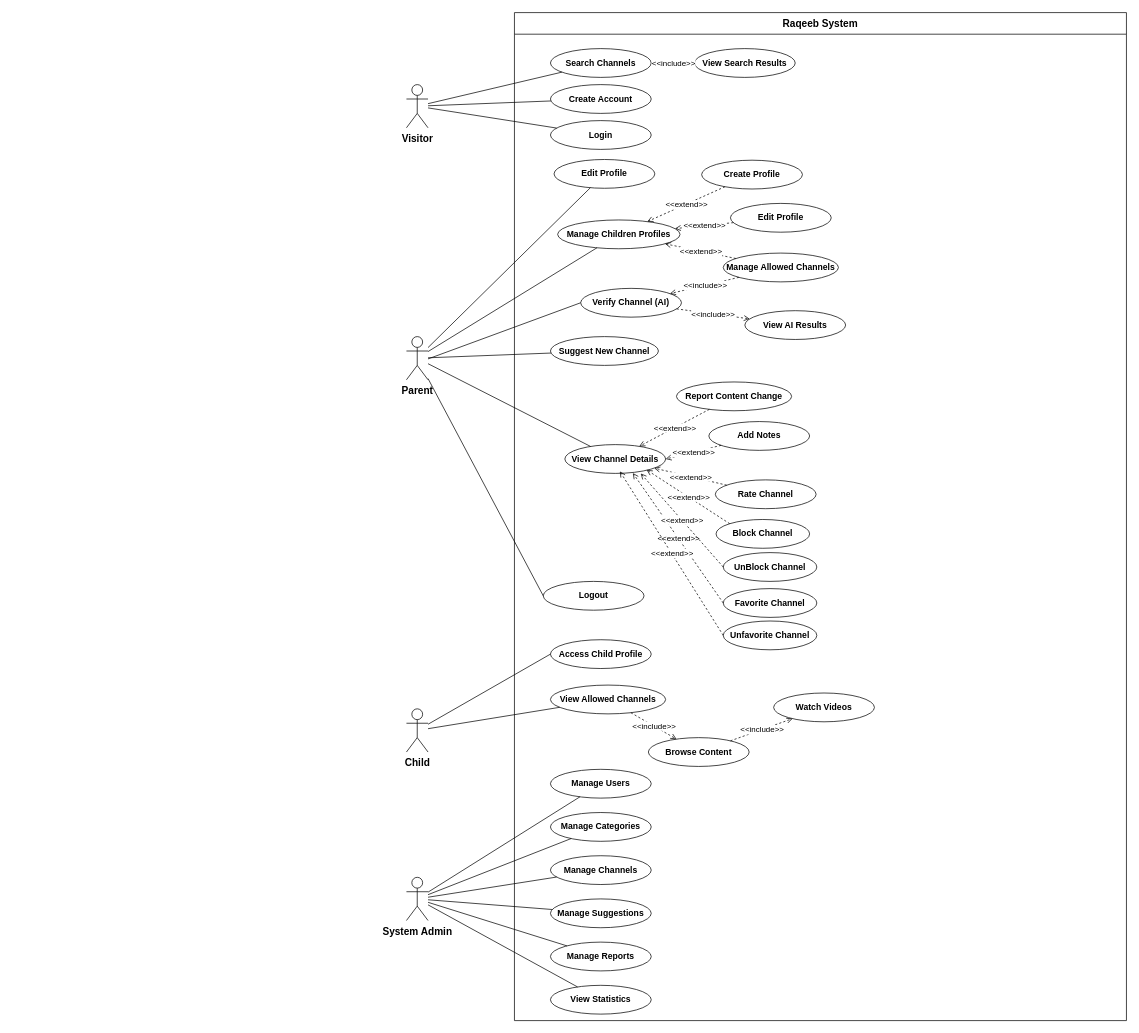
Above: Raqeeb_New_UseCase.drawio in MahmoudHamdy19/diagrams- (draw.io), before the change. Source tidied: cells renumbered, new cells numbered last; positions are measured from the earlier drawing's top-left corner, leaving out a move shared by most shapes. Both pictures are drawn from the tidied source at 72%, with x=0, y=0 at pixel (406, 12).
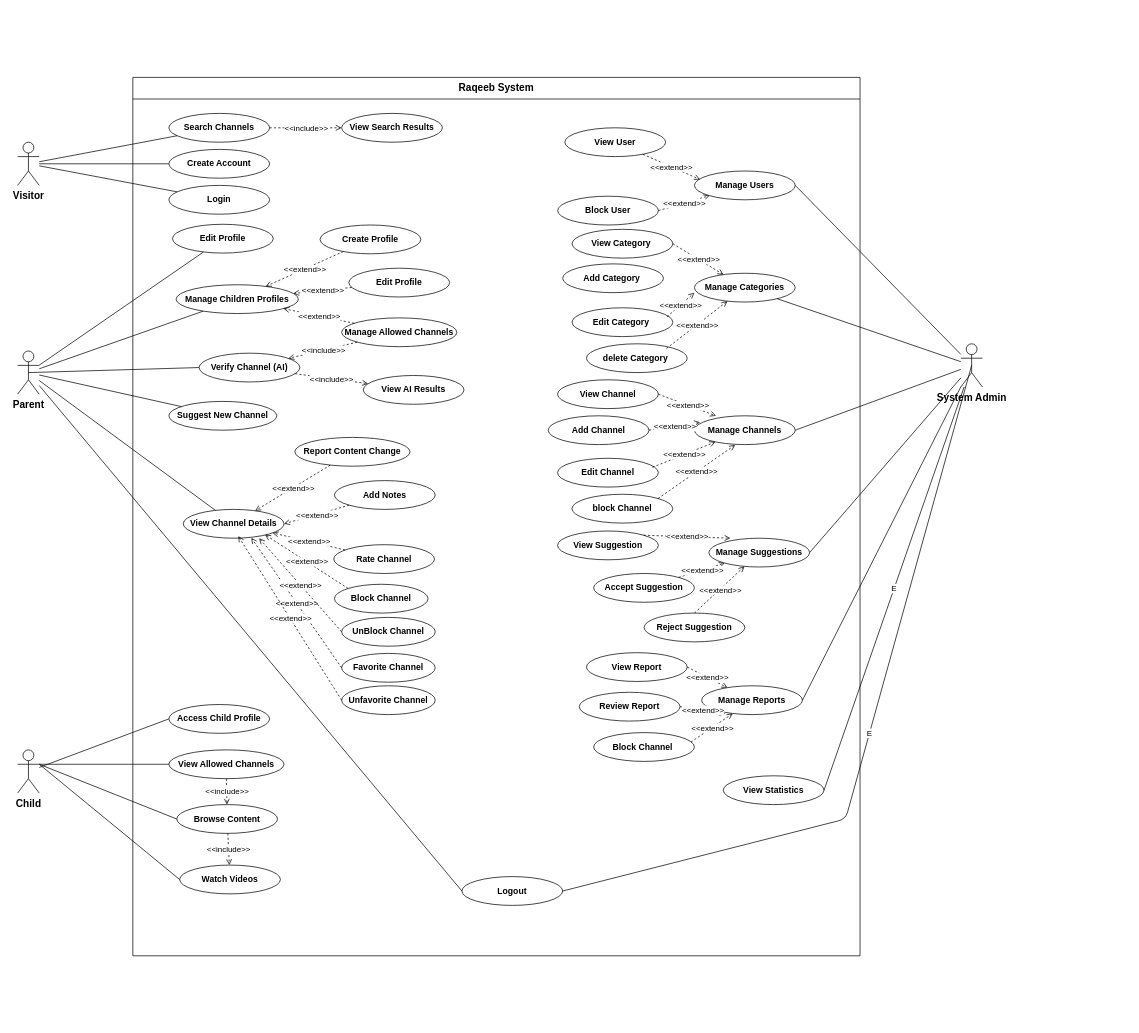
Above is the later version.

The change refers to these unchanged cells:
```xml
<mxCell id="13" value="Verify Channel (AI)" style="ellipse;whiteSpace=wrap;html=1;fontSize=12;fontStyle=1;" parent="2" vertex="1">
  <mxGeometry x="92" y="383" width="140" height="40" as="geometry" />
</mxCell>
<mxCell id="23" value="View Allowed Channels" style="ellipse;whiteSpace=wrap;html=1;fontSize=12;fontStyle=1;" parent="2" vertex="1">
  <mxGeometry x="50" y="934" width="160" height="40" as="geometry" />
</mxCell>
```

Change to the diagram source:
```diff
@@
     <mxCell id="2" value="Raqeeb System" style="swimlane;whiteSpace=wrap;html=1;startSize=30;labelBackgroundColor=none;fontSize=14;fontStyle=1;" parent="1" vertex="1">
-      <mxGeometry x="150" width="850" height="1400" as="geometry" />
+      <mxGeometry x="-380" y="90" width="1010" height="1220" as="geometry" />
     </mxCell>
@@
     <mxCell id="4" value="View Search Results" style="ellipse;whiteSpace=wrap;html=1;fontSize=12;fontStyle=1;" parent="2" vertex="1">
-      <mxGeometry x="250" y="50" width="140" height="40" as="geometry" />
+      <mxGeometry x="290" y="50" width="140" height="40" as="geometry" />
     </mxCell>
@@
     <mxCell id="7" value="Logout" style="ellipse;whiteSpace=wrap;html=1;fontSize=12;fontStyle=1;" parent="2" vertex="1">
-      <mxGeometry x="40" y="790" width="140" height="40" as="geometry" />
+      <mxGeometry x="457" y="1110" width="140" height="40" as="geometry" />
     </mxCell>
@@
     <mxCell id="17" value="Report Content Change" style="ellipse;whiteSpace=wrap;html=1;fontSize=12;fontStyle=1;" parent="2" vertex="1">
-      <mxGeometry x="225" y="513" width="160" height="40" as="geometry" />
+      <mxGeometry x="225" y="500" width="160" height="40" as="geometry" />
     </mxCell>
@@
     <mxCell id="19" value="Add Notes" style="ellipse;whiteSpace=wrap;html=1;fontSize=12;fontStyle=1;" parent="2" vertex="1">
-      <mxGeometry x="270" y="568" width="140" height="40" as="geometry" />
+      <mxGeometry x="280" y="560" width="140" height="40" as="geometry" />
     </mxCell>
@@
     <mxCell id="24" value="Browse Content" style="ellipse;whiteSpace=wrap;html=1;fontSize=12;fontStyle=1;" parent="2" vertex="1">
-      <mxGeometry x="186" y="1007" width="140" height="40" as="geometry" />
+      <mxGeometry x="61" y="1010" width="140" height="40" as="geometry" />
     </mxCell>
     <mxCell id="25" value="Watch Videos" style="ellipse;whiteSpace=wrap;html=1;fontSize=12;fontStyle=1;" parent="2" vertex="1">
-      <mxGeometry x="360" y="945" width="140" height="40" as="geometry" />
+      <mxGeometry x="65" y="1094" width="140" height="40" as="geometry" />
     </mxCell>
-    <mxCell id="26" value="Manage Users" style="ellipse;whiteSpace=wrap;html=1;fontSize=12;fontStyle=1;" parent="2" vertex="1">
-      <mxGeometry x="50" y="1051" width="140" height="40" as="geometry" />
-    </mxCell>
-    <mxCell id="27" value="Manage Categories" style="ellipse;whiteSpace=wrap;html=1;fontSize=12;fontStyle=1;" parent="2" vertex="1">
-      <mxGeometry x="50" y="1111" width="140" height="40" as="geometry" />
-    </mxCell>
-    <mxCell id="28" value="Manage Channels" style="ellipse;whiteSpace=wrap;html=1;fontSize=12;fontStyle=1;" parent="2" vertex="1">
-      <mxGeometry x="50" y="1171" width="140" height="40" as="geometry" />
-    </mxCell>
-    <mxCell id="29" value="Manage Suggestions" style="ellipse;whiteSpace=wrap;html=1;fontSize=12;fontStyle=1;" parent="2" vertex="1">
-      <mxGeometry x="50" y="1231" width="140" height="40" as="geometry" />
-    </mxCell>
-    <mxCell id="30" value="Manage Reports" style="ellipse;whiteSpace=wrap;html=1;fontSize=12;fontStyle=1;" parent="2" vertex="1">
-      <mxGeometry x="50" y="1291" width="140" height="40" as="geometry" />
-    </mxCell>
-    <mxCell id="31" value="View Statistics" style="ellipse;whiteSpace=wrap;html=1;fontSize=12;fontStyle=1;" parent="2" vertex="1">
-      <mxGeometry x="50" y="1351" width="140" height="40" as="geometry" />
-    </mxCell>
@@
+    <mxCell id="26" value="Manage Users" style="ellipse;whiteSpace=wrap;html=1;fontSize=12;fontStyle=1;" parent="2" vertex="1">
+      <mxGeometry x="780" y="130" width="140" height="40" as="geometry" />
+    </mxCell>
+    <mxCell id="27" value="Manage Categories" style="ellipse;whiteSpace=wrap;html=1;fontSize=12;fontStyle=1;" parent="2" vertex="1">
+      <mxGeometry x="780" y="272" width="140" height="40" as="geometry" />
+    </mxCell>
+    <mxCell id="28" value="Manage Channels" style="ellipse;whiteSpace=wrap;html=1;fontSize=12;fontStyle=1;" parent="2" vertex="1">
+      <mxGeometry x="780" y="470" width="140" height="40" as="geometry" />
+    </mxCell>
+    <mxCell id="29" value="Manage Suggestions" style="ellipse;whiteSpace=wrap;html=1;fontSize=12;fontStyle=1;" parent="2" vertex="1">
+      <mxGeometry x="800" y="640" width="140" height="40" as="geometry" />
+    </mxCell>
+    <mxCell id="30" value="Manage Reports" style="ellipse;whiteSpace=wrap;html=1;fontSize=12;fontStyle=1;" parent="2" vertex="1">
+      <mxGeometry x="790" y="845" width="140" height="40" as="geometry" />
+    </mxCell>
+    <mxCell id="31" value="View Statistics" style="ellipse;whiteSpace=wrap;html=1;fontSize=12;fontStyle=1;" parent="2" vertex="1">
+      <mxGeometry x="820" y="970" width="140" height="40" as="geometry" />
+    </mxCell>
+    <mxCell id="85" value="View User" style="ellipse;whiteSpace=wrap;html=1;fontSize=12;fontStyle=1;" parent="2" vertex="1">
+      <mxGeometry x="600" y="70" width="140" height="40" as="geometry" />
+    </mxCell>
+    <mxCell id="86" value="Block User" style="ellipse;whiteSpace=wrap;html=1;fontSize=12;fontStyle=1;" parent="2" vertex="1">
+      <mxGeometry x="590" y="165" width="140" height="40" as="geometry" />
+    </mxCell>
+    <mxCell id="87" style="dashed=1;endArrow=open;endFill=0;html=1;entryX=0.056;entryY=0.296;entryDx=0;entryDy=0;entryPerimeter=0;" parent="2" edge="1" source="85" target="26">
+      <mxGeometry relative="1" as="geometry" />
+    </mxCell>
+    <mxCell id="88" value="&amp;lt;&amp;lt;extend&amp;gt;&amp;gt;" style="edgeLabel;html=1;align=center;verticalAlign=middle;" parent="87" vertex="1">
+      <mxGeometry relative="1" as="geometry" />
+    </mxCell>
+    <mxCell id="89" style="dashed=1;endArrow=open;endFill=0;html=1;exitX=1;exitY=0.5;exitDx=0;exitDy=0;" parent="2" edge="1" source="86" target="26">
+      <mxGeometry relative="1" as="geometry" />
+    </mxCell>
+    <mxCell id="90" value="&amp;lt;&amp;lt;extend&amp;gt;&amp;gt;" style="edgeLabel;html=1;align=center;verticalAlign=middle;" parent="89" vertex="1">
+      <mxGeometry relative="1" as="geometry" />
+    </mxCell>
+    <mxCell id="91" value="View Category&amp;nbsp;" style="ellipse;whiteSpace=wrap;html=1;fontSize=12;fontStyle=1;" parent="2" vertex="1">
+      <mxGeometry x="610" y="211" width="140" height="40" as="geometry" />
+    </mxCell>
+    <mxCell id="92" value="Add Category&amp;nbsp;" style="ellipse;whiteSpace=wrap;html=1;fontSize=12;fontStyle=1;" parent="2" vertex="1">
+      <mxGeometry x="597" y="259" width="140" height="40" as="geometry" />
+    </mxCell>
+    <mxCell id="93" value="Edit Category&amp;nbsp;" style="ellipse;whiteSpace=wrap;html=1;fontSize=12;fontStyle=1;" parent="2" vertex="1">
+      <mxGeometry x="610" y="320" width="140" height="40" as="geometry" />
+    </mxCell>
+    <mxCell id="94" value="delete Category&amp;nbsp;" style="ellipse;whiteSpace=wrap;html=1;fontSize=12;fontStyle=1;" parent="2" vertex="1">
+      <mxGeometry x="630" y="370" width="140" height="40" as="geometry" />
+    </mxCell>
+    <mxCell id="95" style="dashed=1;endArrow=open;endFill=0;html=1;exitX=1;exitY=0.5;exitDx=0;exitDy=0;" parent="2" edge="1" source="91" target="27">
+      <mxGeometry relative="1" as="geometry" />
+    </mxCell>
+    <mxCell id="96" value="&amp;lt;&amp;lt;extend&amp;gt;&amp;gt;" style="edgeLabel;html=1;align=center;verticalAlign=middle;" parent="95" vertex="1">
+      <mxGeometry relative="1" as="geometry" />
+    </mxCell>
+    <mxCell id="97" style="dashed=1;endArrow=open;endFill=0;html=1;exitX=0.942;exitY=0.313;exitDx=0;exitDy=0;entryX=-0.001;entryY=0.679;entryDx=0;entryDy=0;exitPerimeter=0;entryPerimeter=0;" parent="2" edge="1" source="93" target="27">
+      <mxGeometry relative="1" as="geometry" />
+    </mxCell>
+    <mxCell id="98" value="&amp;lt;&amp;lt;extend&amp;gt;&amp;gt;" style="edgeLabel;html=1;align=center;verticalAlign=middle;" parent="97" vertex="1">
+      <mxGeometry relative="1" as="geometry" />
+    </mxCell>
+    <mxCell id="99" style="dashed=1;endArrow=open;endFill=0;html=1;exitX=0.794;exitY=0.163;exitDx=0;exitDy=0;exitPerimeter=0;" parent="2" edge="1" source="94" target="27">
+      <mxGeometry relative="1" as="geometry" />
+    </mxCell>
+    <mxCell id="100" value="&amp;lt;&amp;lt;extend&amp;gt;&amp;gt;" style="edgeLabel;html=1;align=center;verticalAlign=middle;" parent="99" vertex="1">
+      <mxGeometry relative="1" as="geometry" />
+    </mxCell>
+    <mxCell id="101" value="View Channel" style="ellipse;whiteSpace=wrap;html=1;fontSize=12;fontStyle=1;" parent="2" vertex="1">
+      <mxGeometry x="589.9" y="420" width="140" height="40" as="geometry" />
+    </mxCell>
+    <mxCell id="102" value="Add Channel" style="ellipse;whiteSpace=wrap;html=1;fontSize=12;fontStyle=1;" parent="2" vertex="1">
+      <mxGeometry x="576.9" y="470" width="140" height="40" as="geometry" />
+    </mxCell>
+    <mxCell id="103" value="Edit Channel" style="ellipse;whiteSpace=wrap;html=1;fontSize=12;fontStyle=1;" parent="2" vertex="1">
+      <mxGeometry x="589.9" y="529" width="140" height="40" as="geometry" />
+    </mxCell>
+    <mxCell id="104" value="block Channel" style="ellipse;whiteSpace=wrap;html=1;fontSize=12;fontStyle=1;" parent="2" vertex="1">
+      <mxGeometry x="609.9" y="579" width="140" height="40" as="geometry" />
+    </mxCell>
+    <mxCell id="105" style="dashed=1;endArrow=open;endFill=0;html=1;exitX=0.942;exitY=0.313;exitDx=0;exitDy=0;exitPerimeter=0;" parent="2" edge="1" source="103" target="28">
+      <mxGeometry relative="1" as="geometry" />
+    </mxCell>
+    <mxCell id="106" value="&amp;lt;&amp;lt;extend&amp;gt;&amp;gt;" style="edgeLabel;html=1;align=center;verticalAlign=middle;" parent="105" vertex="1">
+      <mxGeometry relative="1" as="geometry" />
+    </mxCell>
+    <mxCell id="107" style="dashed=1;endArrow=open;endFill=0;html=1;exitX=1;exitY=0.5;exitDx=0;exitDy=0;entryX=0.214;entryY=0;entryDx=0;entryDy=0;entryPerimeter=0;" parent="2" edge="1" source="101" target="28">
+      <mxGeometry relative="1" as="geometry" />
+    </mxCell>
+    <mxCell id="108" value="&amp;lt;&amp;lt;extend&amp;gt;&amp;gt;" style="edgeLabel;html=1;align=center;verticalAlign=middle;" parent="107" vertex="1">
+      <mxGeometry relative="1" as="geometry" />
+    </mxCell>
+    <mxCell id="109" style="dashed=1;endArrow=open;endFill=0;html=1;exitX=1;exitY=0.5;exitDx=0;exitDy=0;entryX=0.056;entryY=0.229;entryDx=0;entryDy=0;entryPerimeter=0;" parent="2" edge="1" source="102" target="28">
+      <mxGeometry relative="1" as="geometry" />
+    </mxCell>
+    <mxCell id="110" value="&amp;lt;&amp;lt;extend&amp;gt;&amp;gt;" style="edgeLabel;html=1;align=center;verticalAlign=middle;" parent="109" vertex="1">
+      <mxGeometry relative="1" as="geometry" />
+    </mxCell>
+    <mxCell id="111" style="dashed=1;endArrow=open;endFill=0;html=1;entryX=0.404;entryY=1.013;entryDx=0;entryDy=0;entryPerimeter=0;exitX=1;exitY=0;exitDx=0;exitDy=0;" parent="2" edge="1" source="104" target="28">
+      <mxGeometry relative="1" as="geometry" />
+    </mxCell>
+    <mxCell id="112" value="&amp;lt;&amp;lt;extend&amp;gt;&amp;gt;" style="edgeLabel;html=1;align=center;verticalAlign=middle;" parent="111" vertex="1">
+      <mxGeometry relative="1" as="geometry" />
+    </mxCell>
+    <mxCell id="113" value="View Suggestion" style="ellipse;whiteSpace=wrap;html=1;fontSize=12;fontStyle=1;" parent="2" vertex="1">
+      <mxGeometry x="589.9" y="630" width="140" height="40" as="geometry" />
+    </mxCell>
+    <mxCell id="114" value="Accept Suggestion" style="ellipse;whiteSpace=wrap;html=1;fontSize=12;fontStyle=1;" parent="2" vertex="1">
+      <mxGeometry x="640" y="689" width="140" height="40" as="geometry" />
+    </mxCell>
+    <mxCell id="115" value="Reject Suggestion" style="ellipse;whiteSpace=wrap;html=1;fontSize=12;fontStyle=1;" parent="2" vertex="1">
+      <mxGeometry x="710" y="744" width="140" height="40" as="geometry" />
+    </mxCell>
+    <mxCell id="116" style="dashed=1;endArrow=open;endFill=0;html=1;exitX=1;exitY=0;exitDx=0;exitDy=0;entryX=0.214;entryY=0;entryDx=0;entryDy=0;entryPerimeter=0;" parent="2" edge="1" source="113" target="29">
+      <mxGeometry relative="1" as="geometry" />
+    </mxCell>
+    <mxCell id="117" value="&amp;lt;&amp;lt;extend&amp;gt;&amp;gt;" style="edgeLabel;html=1;align=center;verticalAlign=middle;" parent="116" vertex="1">
+      <mxGeometry relative="1" as="geometry" />
+    </mxCell>
+    <mxCell id="118" style="dashed=1;endArrow=open;endFill=0;html=1;" parent="2" edge="1" source="114" target="29">
+      <mxGeometry relative="1" as="geometry" />
+    </mxCell>
+    <mxCell id="119" value="&amp;lt;&amp;lt;extend&amp;gt;&amp;gt;" style="edgeLabel;html=1;align=center;verticalAlign=middle;" parent="118" vertex="1">
+      <mxGeometry relative="1" as="geometry" />
+    </mxCell>
+    <mxCell id="120" style="dashed=1;endArrow=open;endFill=0;html=1;exitX=0.5;exitY=0;exitDx=0;exitDy=0;" parent="2" edge="1" source="115" target="29">
+      <mxGeometry relative="1" as="geometry" />
+    </mxCell>
+    <mxCell id="121" value="&amp;lt;&amp;lt;extend&amp;gt;&amp;gt;" style="edgeLabel;html=1;align=center;verticalAlign=middle;" parent="120" vertex="1">
+      <mxGeometry relative="1" as="geometry" />
+    </mxCell>
+    <mxCell id="122" value="View Report" style="ellipse;whiteSpace=wrap;html=1;fontSize=12;fontStyle=1;" parent="2" vertex="1">
+      <mxGeometry x="630" y="799" width="140" height="40" as="geometry" />
+    </mxCell>
+    <mxCell id="123" value="Review Report" style="ellipse;whiteSpace=wrap;html=1;fontSize=12;fontStyle=1;" parent="2" vertex="1">
+      <mxGeometry x="620" y="854" width="140" height="40" as="geometry" />
+    </mxCell>
+    <mxCell id="124" value="Block Channel&amp;nbsp;" style="ellipse;whiteSpace=wrap;html=1;fontSize=12;fontStyle=1;" parent="2" vertex="1">
+      <mxGeometry x="640" y="910" width="140" height="40" as="geometry" />
+    </mxCell>
+    <mxCell id="125" style="dashed=1;endArrow=open;endFill=0;html=1;exitX=1;exitY=0.5;exitDx=0;exitDy=0;" parent="2" edge="1" source="122" target="30">
+      <mxGeometry relative="1" as="geometry" />
+    </mxCell>
+    <mxCell id="126" value="&amp;lt;&amp;lt;extend&amp;gt;&amp;gt;" style="edgeLabel;html=1;align=center;verticalAlign=middle;" parent="125" vertex="1">
+      <mxGeometry relative="1" as="geometry" />
+    </mxCell>
+    <mxCell id="127" style="dashed=1;endArrow=open;endFill=0;html=1;exitX=1;exitY=0.5;exitDx=0;exitDy=0;entryX=0.237;entryY=0.971;entryDx=0;entryDy=0;entryPerimeter=0;" parent="2" edge="1" source="123" target="30">
+      <mxGeometry relative="1" as="geometry" />
+    </mxCell>
+    <mxCell id="128" value="&amp;lt;&amp;lt;extend&amp;gt;&amp;gt;" style="edgeLabel;html=1;align=center;verticalAlign=middle;" parent="127" vertex="1">
+      <mxGeometry relative="1" as="geometry" />
+    </mxCell>
+    <mxCell id="129" style="dashed=1;endArrow=open;endFill=0;html=1;exitX=0.965;exitY=0.329;exitDx=0;exitDy=0;exitPerimeter=0;" parent="2" edge="1" source="124" target="30">
+      <mxGeometry relative="1" as="geometry" />
+    </mxCell>
+    <mxCell id="130" value="&amp;lt;&amp;lt;extend&amp;gt;&amp;gt;" style="edgeLabel;html=1;align=center;verticalAlign=middle;" parent="129" vertex="1">
+      <mxGeometry relative="1" as="geometry" />
+    </mxCell>
     <mxCell id="64" value="Visitor" style="shape=umlActor;verticalLabelPosition=bottom;verticalAlign=top;html=1;outlineConnect=0;fontStyle=1;fontSize=14;" parent="1" vertex="1">
-      <mxGeometry y="100" width="30" height="60" as="geometry" />
+      <mxGeometry x="-540" y="180" width="30" height="60" as="geometry" />
     </mxCell>
     <mxCell id="65" value="Parent" style="shape=umlActor;verticalLabelPosition=bottom;verticalAlign=top;html=1;outlineConnect=0;fontStyle=1;fontSize=14;" parent="1" vertex="1">
-      <mxGeometry y="450" width="30" height="60" as="geometry" />
+      <mxGeometry x="-540" y="470" width="30" height="60" as="geometry" />
     </mxCell>
     <mxCell id="66" value="Child" style="shape=umlActor;verticalLabelPosition=bottom;verticalAlign=top;html=1;outlineConnect=0;fontStyle=1;fontSize=14;" parent="1" vertex="1">
-      <mxGeometry y="967" width="30" height="60" as="geometry" />
+      <mxGeometry x="-540" y="1024" width="30" height="60" as="geometry" />
     </mxCell>
-    <mxCell id="67" value="System Admin" style="shape=umlActor;verticalLabelPosition=bottom;verticalAlign=top;html=1;outlineConnect=0;fontStyle=1;fontSize=14;" parent="1" vertex="1">
-      <mxGeometry y="1201" width="30" height="60" as="geometry" />
-    </mxCell>
@@
-    <mxCell id="77" style="endArrow=none;html=1;" parent="1" edge="1" source="66" target="23">
+    <mxCell id="77" style="endArrow=none;html=1;exitX=1;exitY=0.3333333333333333;exitDx=0;exitDy=0;exitPerimeter=0;" parent="1" edge="1" source="66" target="23">
       <mxGeometry relative="1" as="geometry" />
     </mxCell>
+    <mxCell id="84" style="endArrow=none;html=1;entryX=0;entryY=0.5;entryDx=0;entryDy=0;exitX=0.5;exitY=0.5;exitDx=0;exitDy=0;exitPerimeter=0;" parent="1" edge="1" source="65" target="13">
+      <mxGeometry relative="1" as="geometry" />
+    </mxCell>
+    <mxCell id="131" style="endArrow=none;html=1;entryX=0;entryY=0.5;entryDx=0;entryDy=0;exitX=1;exitY=0.3333333333333333;exitDx=0;exitDy=0;exitPerimeter=0;" parent="1" edge="1" source="66" target="24">
+      <mxGeometry relative="1" as="geometry" />
+    </mxCell>
+    <mxCell id="132" style="endArrow=none;html=1;entryX=0;entryY=0.5;entryDx=0;entryDy=0;exitX=1;exitY=0.3333333333333333;exitDx=0;exitDy=0;exitPerimeter=0;" parent="1" edge="1" source="66" target="25">
+      <mxGeometry relative="1" as="geometry" />
+    </mxCell>
+    <mxCell id="67" value="System Admin" style="shape=umlActor;verticalLabelPosition=bottom;verticalAlign=top;html=1;outlineConnect=0;fontStyle=1;fontSize=14;" parent="1" vertex="1">
+      <mxGeometry x="770" y="460" width="30" height="60" as="geometry" />
+    </mxCell>
-    <mxCell id="78" style="endArrow=none;html=1;" parent="1" edge="1" source="67" target="26">
+    <mxCell id="78" style="endArrow=none;html=1;entryX=1;entryY=0.5;entryDx=0;entryDy=0;" parent="1" edge="1" source="67" target="26">
       <mxGeometry relative="1" as="geometry" />
     </mxCell>
@@
-    <mxCell id="80" style="endArrow=none;html=1;" parent="1" edge="1" source="67" target="28">
+    <mxCell id="80" style="endArrow=none;html=1;entryX=1;entryY=0.5;entryDx=0;entryDy=0;" parent="1" edge="1" source="67" target="28">
       <mxGeometry relative="1" as="geometry" />
     </mxCell>
-    <mxCell id="81" style="endArrow=none;html=1;" parent="1" edge="1" source="67" target="29">
+    <mxCell id="81" style="endArrow=none;html=1;entryX=1;entryY=0.5;entryDx=0;entryDy=0;" parent="1" edge="1" source="67" target="29">
       <mxGeometry relative="1" as="geometry" />
     </mxCell>
-    <mxCell id="82" style="endArrow=none;html=1;" parent="1" edge="1" source="67" target="30">
+    <mxCell id="82" style="endArrow=none;html=1;entryX=1;entryY=0.5;entryDx=0;entryDy=0;" parent="1" edge="1" source="67" target="30">
       <mxGeometry relative="1" as="geometry" />
     </mxCell>
-    <mxCell id="83" style="endArrow=none;html=1;" parent="1" edge="1" source="67" target="31">
+    <mxCell id="83" value="E" style="endArrow=none;html=1;entryX=1;entryY=0.5;entryDx=0;entryDy=0;" parent="1" edge="1" source="67" target="31">
       <mxGeometry relative="1" as="geometry" />
     </mxCell>
-    <mxCell id="84" style="endArrow=none;html=1;entryX=0;entryY=0.5;entryDx=0;entryDy=0;" parent="1" edge="1" target="13">
-      <mxGeometry relative="1" as="geometry">
-        <mxPoint x="30" y="481" as="sourcePoint" />
-      </mxGeometry>
-    </mxCell>
+    <mxCell id="133" value="E" style="endArrow=none;html=1;entryX=1;entryY=0.5;entryDx=0;entryDy=0;exitX=0.5;exitY=0.5;exitDx=0;exitDy=0;exitPerimeter=0;" parent="1" edge="1" source="67" target="7">
+      <mxGeometry relative="1" as="geometry">
+        <Array as="points">
+          <mxPoint x="610" y="1120" />
+        </Array>
+      </mxGeometry>
+    </mxCell>
```
